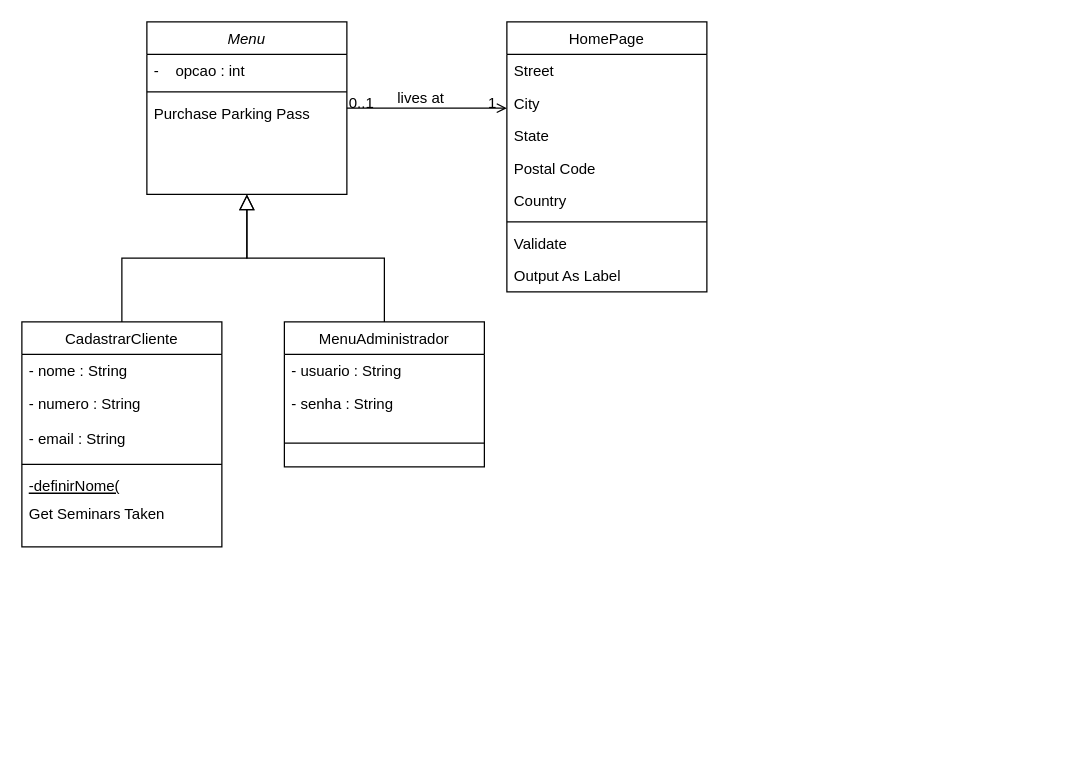
GustavoSantiago81/miniEstante_ProjetoJava keeps this draw.io diagram as Untitled Diagram.drawio. Above is the earlier version. Source tidied: cells renumbered, new cells numbered last; positions are measured from the earlier drawing's top-left corner, leaving out a move shared by most shapes. Both pictures are drawn from the tidied source at 125%, with x=0, y=0 at pixel (21, 21).
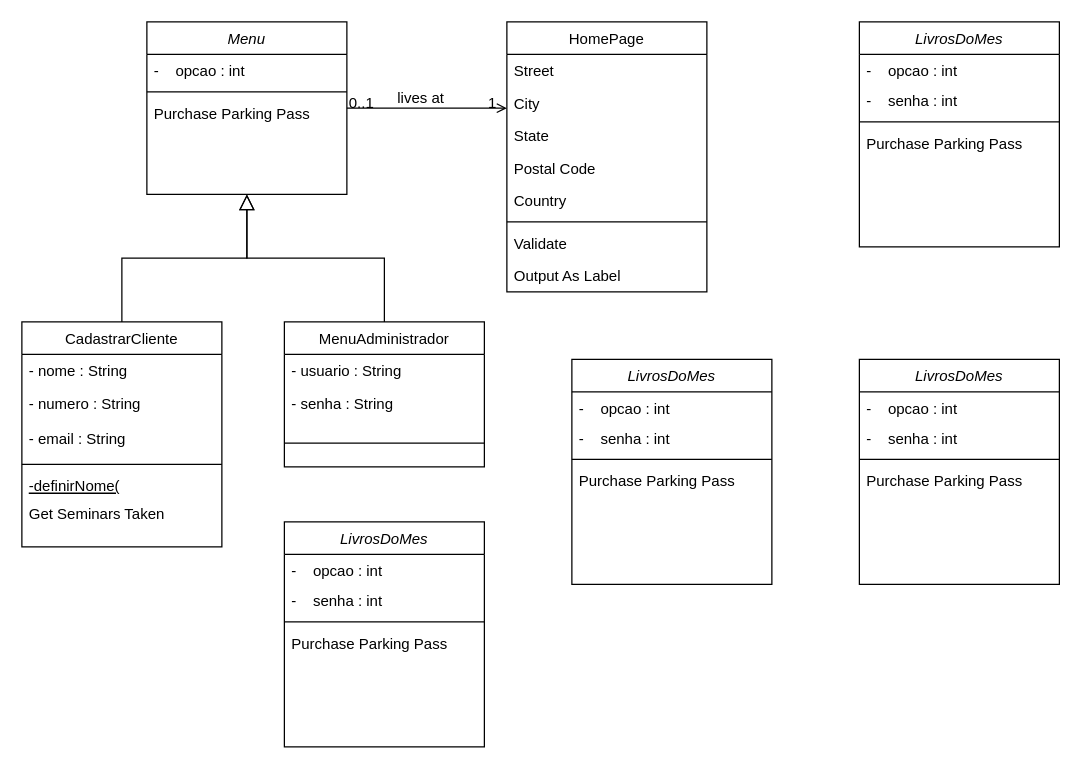
Above is the later version.

Commit message:
Diagrama de Classes

The edit, as a diff of the source:
```diff
@@
+    <mxCell id="32" value="LivrosDoMes" style="swimlane;fontStyle=2;align=center;verticalAlign=top;horizontal=1;startSize=26;rounded=0;shadow=0;strokeWidth=1;" parent="1" vertex="1">
+      <mxGeometry x="670" width="160" height="180" as="geometry" />
+    </mxCell>
+    <mxCell id="33" value="-    opcao : int" style="text;align=left;verticalAlign=top;spacingLeft=4;spacingRight=4;overflow=hidden;" parent="32" vertex="1">
+      <mxGeometry y="26" width="160" height="24" as="geometry" />
+    </mxCell>
+    <mxCell id="34" value="-    senha : int" style="text;align=left;verticalAlign=top;spacingLeft=4;spacingRight=4;overflow=hidden;" parent="32" vertex="1">
+      <mxGeometry y="50" width="160" height="26" as="geometry" />
+    </mxCell>
+    <mxCell id="35" style="line;html=1;strokeWidth=1;align=left;verticalAlign=middle;spacingTop=-1;spacingLeft=3;spacingRight=3;labelPosition=right;" parent="32" vertex="1">
+      <mxGeometry y="76" width="160" height="8" as="geometry" />
+    </mxCell>
+    <mxCell id="36" value="Purchase Parking Pass" style="text;align=left;verticalAlign=top;spacingLeft=4;spacingRight=4;overflow=hidden;" parent="32" vertex="1">
+      <mxGeometry y="84" width="160" height="20" as="geometry" />
+    </mxCell>
+    <mxCell id="37" value="LivrosDoMes" style="swimlane;fontStyle=2;align=center;verticalAlign=top;horizontal=1;startSize=26;rounded=0;shadow=0;strokeWidth=1;" parent="1" vertex="1">
+      <mxGeometry x="440" y="270" width="160" height="180" as="geometry" />
+    </mxCell>
+    <mxCell id="38" value="-    opcao : int" style="text;align=left;verticalAlign=top;spacingLeft=4;spacingRight=4;overflow=hidden;" parent="37" vertex="1">
+      <mxGeometry y="26" width="160" height="24" as="geometry" />
+    </mxCell>
+    <mxCell id="39" value="-    senha : int" style="text;align=left;verticalAlign=top;spacingLeft=4;spacingRight=4;overflow=hidden;" parent="37" vertex="1">
+      <mxGeometry y="50" width="160" height="26" as="geometry" />
+    </mxCell>
+    <mxCell id="40" style="line;html=1;strokeWidth=1;align=left;verticalAlign=middle;spacingTop=-1;spacingLeft=3;spacingRight=3;labelPosition=right;" parent="37" vertex="1">
+      <mxGeometry y="76" width="160" height="8" as="geometry" />
+    </mxCell>
+    <mxCell id="41" value="Purchase Parking Pass" style="text;align=left;verticalAlign=top;spacingLeft=4;spacingRight=4;overflow=hidden;" parent="37" vertex="1">
+      <mxGeometry y="84" width="160" height="20" as="geometry" />
+    </mxCell>
+    <mxCell id="42" value="LivrosDoMes" style="swimlane;fontStyle=2;align=center;verticalAlign=top;horizontal=1;startSize=26;rounded=0;shadow=0;strokeWidth=1;" parent="1" vertex="1">
+      <mxGeometry x="670" y="270" width="160" height="180" as="geometry" />
+    </mxCell>
+    <mxCell id="43" value="-    opcao : int" style="text;align=left;verticalAlign=top;spacingLeft=4;spacingRight=4;overflow=hidden;" parent="42" vertex="1">
+      <mxGeometry y="26" width="160" height="24" as="geometry" />
+    </mxCell>
+    <mxCell id="44" value="-    senha : int" style="text;align=left;verticalAlign=top;spacingLeft=4;spacingRight=4;overflow=hidden;" parent="42" vertex="1">
+      <mxGeometry y="50" width="160" height="26" as="geometry" />
+    </mxCell>
+    <mxCell id="45" style="line;html=1;strokeWidth=1;align=left;verticalAlign=middle;spacingTop=-1;spacingLeft=3;spacingRight=3;labelPosition=right;" parent="42" vertex="1">
+      <mxGeometry y="76" width="160" height="8" as="geometry" />
+    </mxCell>
+    <mxCell id="46" value="Purchase Parking Pass" style="text;align=left;verticalAlign=top;spacingLeft=4;spacingRight=4;overflow=hidden;" parent="42" vertex="1">
+      <mxGeometry y="84" width="160" height="20" as="geometry" />
+    </mxCell>
+    <mxCell id="47" value="LivrosDoMes" style="swimlane;fontStyle=2;align=center;verticalAlign=top;horizontal=1;startSize=26;rounded=0;shadow=0;strokeWidth=1;" parent="1" vertex="1">
+      <mxGeometry x="210" y="400" width="160" height="180" as="geometry" />
+    </mxCell>
+    <mxCell id="48" value="-    opcao : int" style="text;align=left;verticalAlign=top;spacingLeft=4;spacingRight=4;overflow=hidden;" parent="47" vertex="1">
+      <mxGeometry y="26" width="160" height="24" as="geometry" />
+    </mxCell>
+    <mxCell id="49" value="-    senha : int" style="text;align=left;verticalAlign=top;spacingLeft=4;spacingRight=4;overflow=hidden;" parent="47" vertex="1">
+      <mxGeometry y="50" width="160" height="26" as="geometry" />
+    </mxCell>
+    <mxCell id="50" style="line;html=1;strokeWidth=1;align=left;verticalAlign=middle;spacingTop=-1;spacingLeft=3;spacingRight=3;labelPosition=right;" parent="47" vertex="1">
+      <mxGeometry y="76" width="160" height="8" as="geometry" />
+    </mxCell>
+    <mxCell id="51" value="Purchase Parking Pass" style="text;align=left;verticalAlign=top;spacingLeft=4;spacingRight=4;overflow=hidden;" parent="47" vertex="1">
+      <mxGeometry y="84" width="160" height="20" as="geometry" />
+    </mxCell>
```
